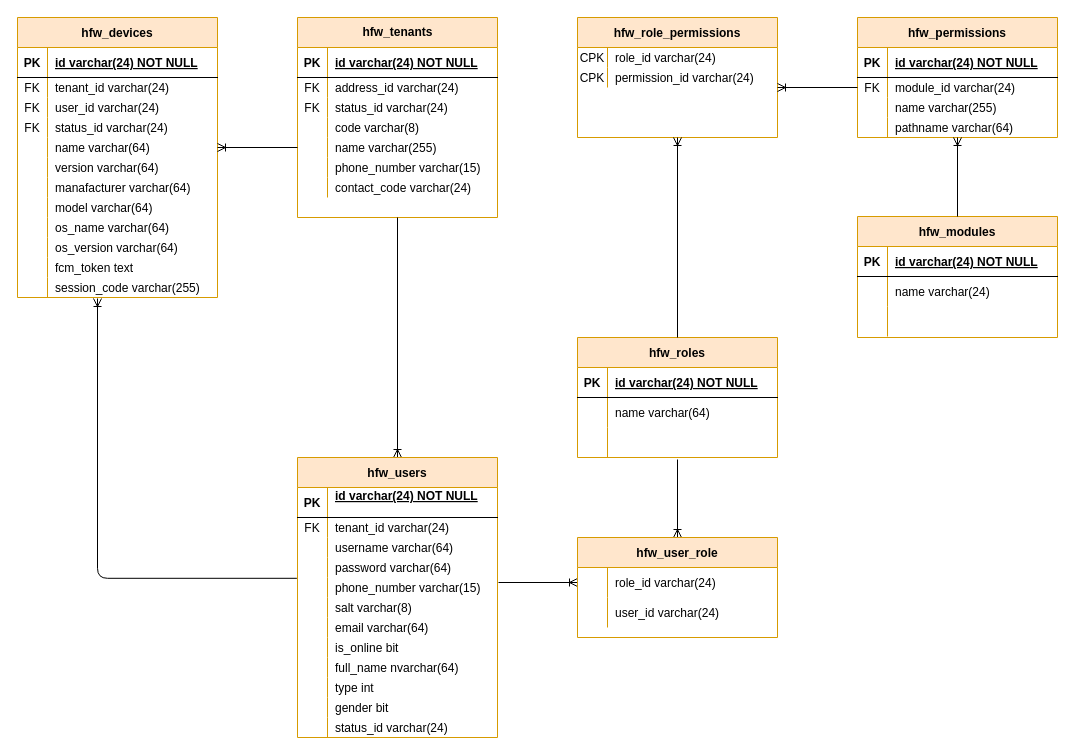
Before: page "HFW" (2 of 6) of Untitled Diagram.drawio in wardus3105/alphatest, a draw.io diagram. Source tidied: cells renumbered, new cells numbered last; positions are measured from the earlier drawing's top-left corner, leaving out a move shared by most shapes. Both pictures are drawn from the tidied source at 100%, with x=0, y=0 at pixel (17, 17).
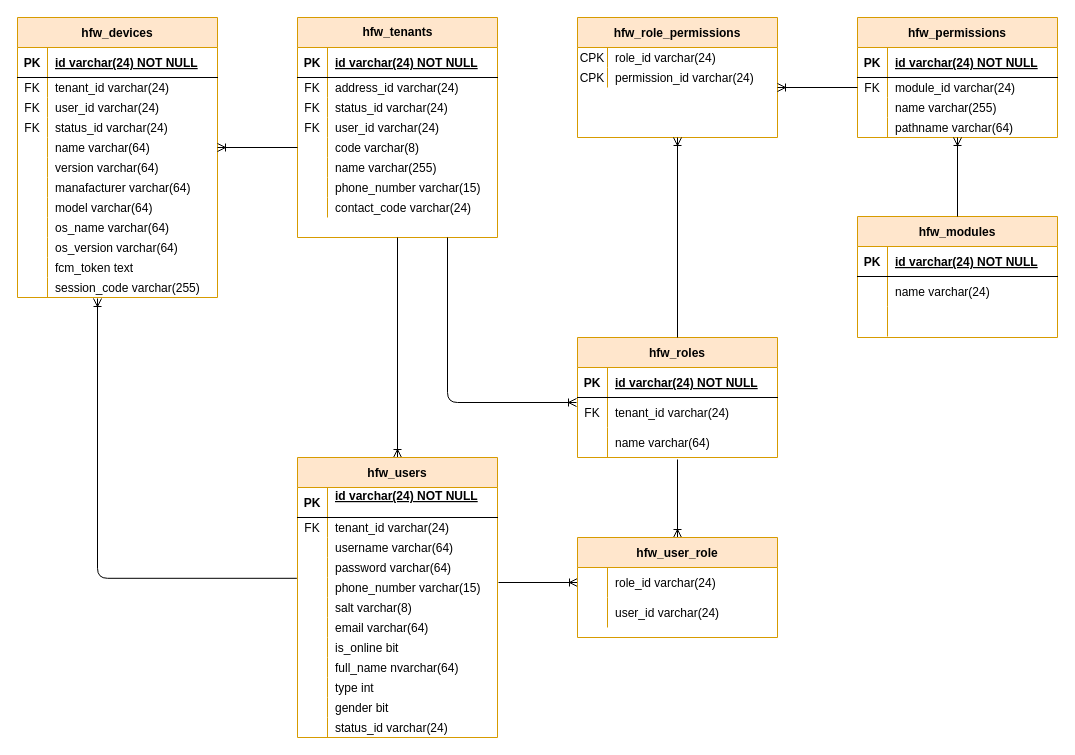
The same diagram, later.

The change refers to these unchanged cells:
```xml
<mxCell id="54" value="hfw_roles" style="shape=table;startSize=30;childLayout=tableLayout;rowLines=0;fontStyle=1;align=center;fillColor=#ffe6cc;strokeColor=#d79b00;" parent="1" vertex="1">
  <mxGeometry x="560" y="320" width="200" height="120" as="geometry" />
</mxCell>
<mxCell id="77" style="shape=partialRectangle;fillColor=none;top=0;left=0;bottom=0;right=0;points=[[0,0.5],[1,0.5]];portConstraint=eastwest;" parent="64" vertex="1">
  <mxGeometry y="120" width="200" height="20" as="geometry" />
</mxCell>
```

The edit, as a diff of the source:
```diff
@@
     <mxCell id="2" value="hfw_tenants" style="shape=table;startSize=30;childLayout=tableLayout;rowLines=0;fontStyle=1;align=center;html=1;fillColor=#ffe6cc;strokeColor=#d79b00;" parent="1" vertex="1">
-      <mxGeometry x="280" width="200" height="200" as="geometry" />
+      <mxGeometry x="280" width="200" height="220" as="geometry" />
     </mxCell>
@@
+    <mxCell id="153" style="shape=partialRectangle;fillColor=none;top=0;left=0;bottom=0;right=0;" parent="2" vertex="1">
+      <mxGeometry y="100" width="200" height="20" as="geometry" />
+    </mxCell>
+    <mxCell id="154" value="FK" style="shape=partialRectangle;fillColor=none;top=0;left=0;bottom=0;right=0;overflow=hidden;" parent="153" vertex="1">
+      <mxGeometry width="30" height="20" as="geometry" />
+    </mxCell>
+    <mxCell id="155" value="user_id varchar(24)" style="shape=partialRectangle;fillColor=none;top=0;left=0;bottom=0;right=0;align=left;spacingLeft=6;overflow=hidden;" parent="153" vertex="1">
+      <mxGeometry x="30" width="170" height="20" as="geometry" />
+    </mxCell>
     <mxCell id="12" style="shape=partialRectangle;fillColor=none;top=0;left=0;bottom=0;right=0;points=[[0,0.5],[1,0.5]];portConstraint=eastwest;" parent="2" vertex="1">
-      <mxGeometry y="100" width="200" height="20" as="geometry" />
+      <mxGeometry y="120" width="200" height="20" as="geometry" />
     </mxCell>
@@
     <mxCell id="15" style="shape=partialRectangle;fillColor=none;top=0;left=0;bottom=0;right=0;points=[[0,0.5],[1,0.5]];portConstraint=eastwest;" parent="2" vertex="1">
-      <mxGeometry y="120" width="200" height="20" as="geometry" />
+      <mxGeometry y="140" width="200" height="20" as="geometry" />
     </mxCell>
@@
     <mxCell id="18" style="shape=partialRectangle;fillColor=none;top=0;left=0;bottom=0;right=0;" parent="2" vertex="1">
-      <mxGeometry y="140" width="200" height="20" as="geometry" />
+      <mxGeometry y="160" width="200" height="20" as="geometry" />
     </mxCell>
@@
     <mxCell id="21" style="shape=partialRectangle;fillColor=none;top=0;left=0;bottom=0;right=0;" parent="2" vertex="1">
-      <mxGeometry y="160" width="200" height="20" as="geometry" />
+      <mxGeometry y="180" width="200" height="20" as="geometry" />
     </mxCell>
@@
+    <mxCell id="156" style="shape=partialRectangle;fillColor=none;top=0;left=0;bottom=0;right=0;" parent="54" vertex="1">
+      <mxGeometry y="60" width="200" height="30" as="geometry" />
+    </mxCell>
+    <mxCell id="157" value="FK" style="shape=partialRectangle;fillColor=none;top=0;left=0;bottom=0;right=0;overflow=hidden;" parent="156" vertex="1">
+      <mxGeometry width="30" height="30" as="geometry" />
+    </mxCell>
+    <mxCell id="158" value="tenant_id varchar(24)" style="shape=partialRectangle;fillColor=none;top=0;left=0;bottom=0;right=0;align=left;spacingLeft=6;overflow=hidden;" parent="156" vertex="1">
+      <mxGeometry x="30" width="170" height="30" as="geometry" />
+    </mxCell>
     <mxCell id="58" style="shape=partialRectangle;fillColor=none;top=0;left=0;bottom=0;right=0;" parent="54" vertex="1">
-      <mxGeometry y="60" width="200" height="30" as="geometry" />
+      <mxGeometry y="90" width="200" height="30" as="geometry" />
     </mxCell>
@@
-    <mxCell id="61" style="shape=partialRectangle;fillColor=none;top=0;left=0;bottom=0;right=0;" parent="54" vertex="1">
-      <mxGeometry y="90" width="200" height="30" as="geometry" />
-    </mxCell>
-    <mxCell id="62" style="shape=partialRectangle;fillColor=none;top=0;left=0;bottom=0;right=0;overflow=hidden;" parent="61" vertex="1">
-      <mxGeometry width="30" height="30" as="geometry" />
-    </mxCell>
-    <mxCell id="63" style="shape=partialRectangle;fillColor=none;top=0;left=0;bottom=0;right=0;align=left;spacingLeft=6;overflow=hidden;" parent="61" vertex="1">
-      <mxGeometry x="30" width="170" height="30" as="geometry" />
-    </mxCell>
@@
-    <mxCell id="107" style="fontSize=12;html=1;endArrow=ERoneToMany;exitX=0;exitY=0.5;exitDx=0;exitDy=0;entryX=1;entryY=0.5;entryDx=0;entryDy=0;" parent="1" edge="1" source="15" target="77">
+    <mxCell id="107" style="fontSize=12;html=1;endArrow=ERoneToMany;entryX=1;entryY=0.5;entryDx=0;entryDy=0;" parent="1" edge="1" source="12" target="77">
       <mxGeometry relative="1" as="geometry" />
     </mxCell>
@@
+    <mxCell id="159" style="edgeStyle=elbowEdgeStyle;fontSize=12;html=1;endArrow=ERoneToMany;exitX=0.75;exitY=1;exitDx=0;exitDy=0;" parent="1" edge="1" source="2">
+      <mxGeometry relative="1" as="geometry">
+        <mxPoint x="559" y="385" as="targetPoint" />
+        <Array as="points">
+          <mxPoint x="430" y="300" />
+        </Array>
+      </mxGeometry>
+    </mxCell>
```
